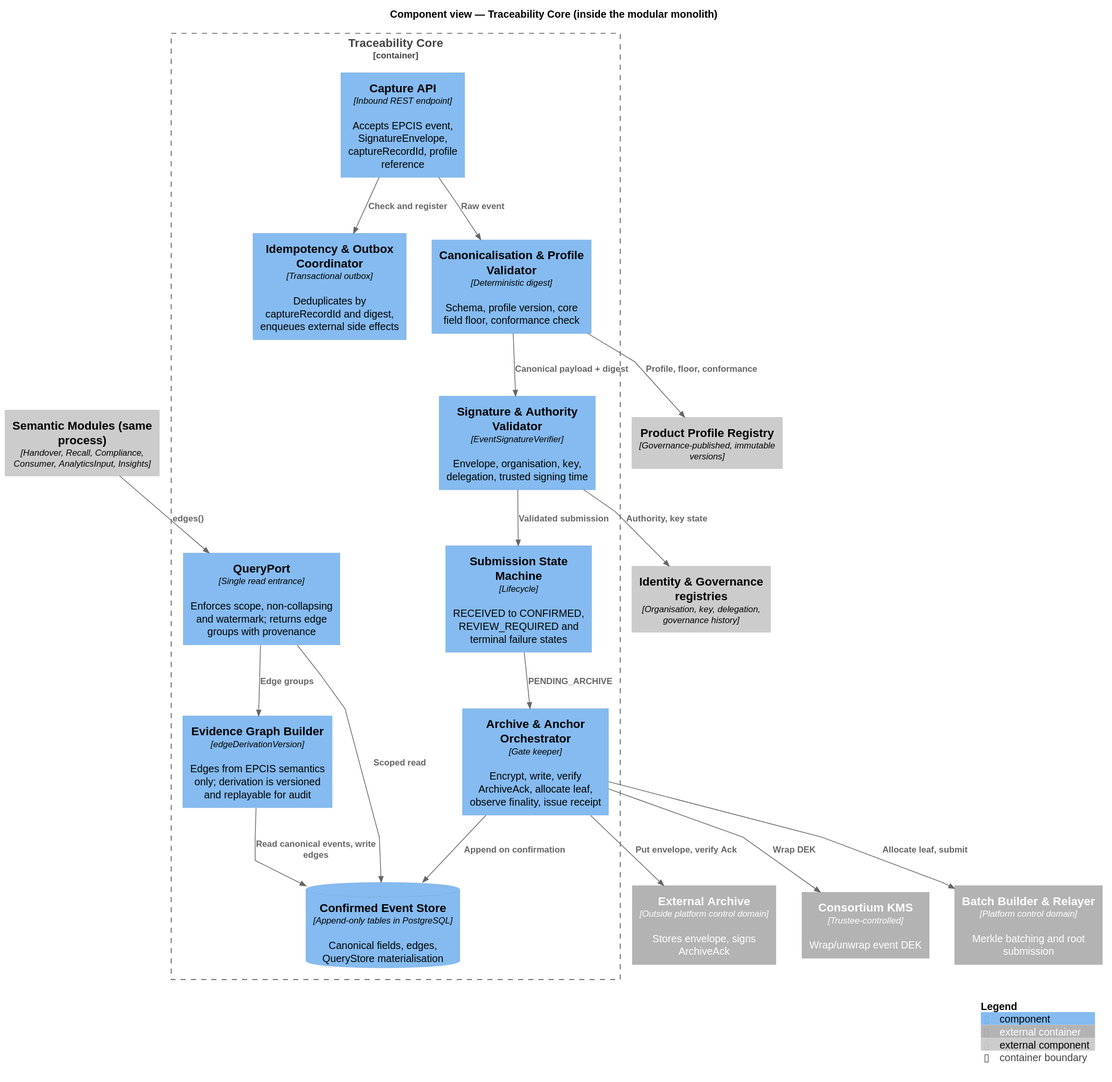
kuangshen04/48433assignment keeps this PlantUML diagram as docs/public/diagrams/core-component.svg. Above is the earlier version.
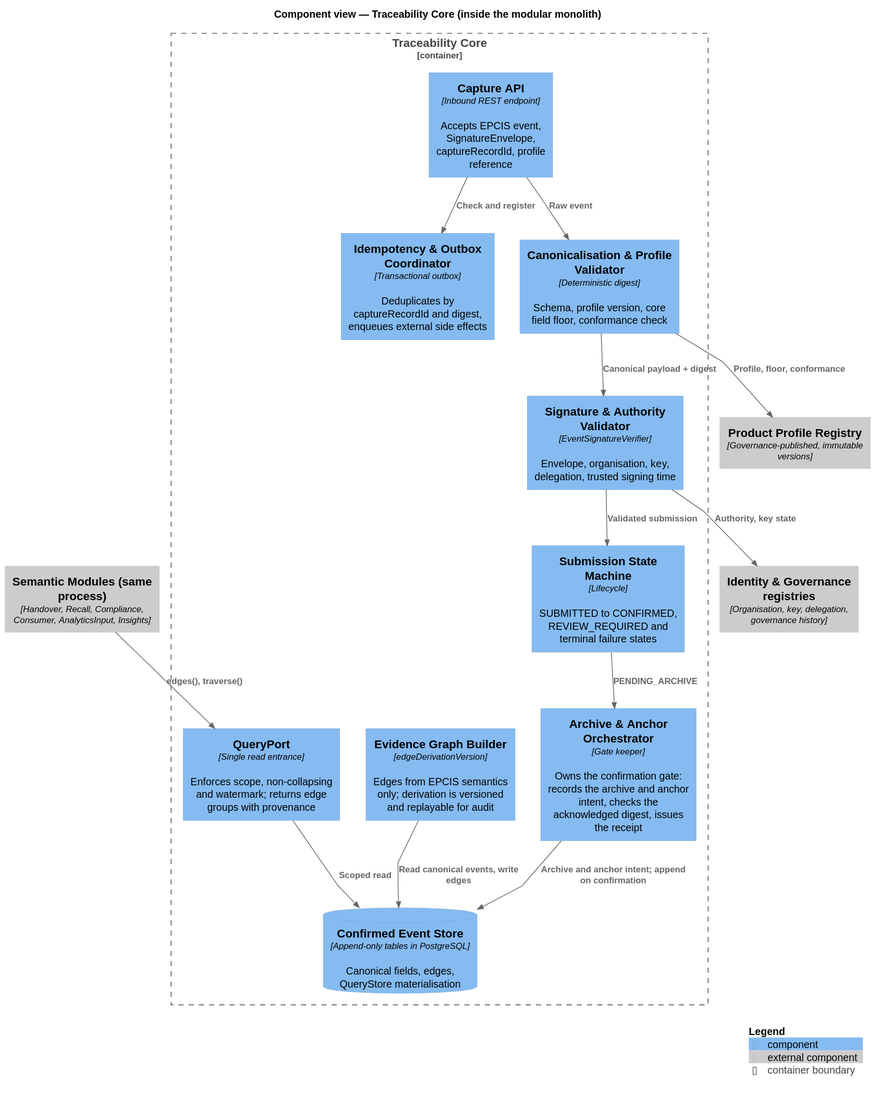
Above is the later version.

Change to the diagram source:
```diff
@@ -10,8 +10,8 @@
   Component(idem, "Idempotency & Outbox Coordinator", "Transactional outbox", "Deduplicates by captureRecordId and digest, enqueues external side effects")
   Component(canon, "Canonicalisation & Profile Validator", "Deterministic digest", "Schema, profile version, core field floor, conformance check")
   Component(sig, "Signature & Authority Validator", "EventSignatureVerifier", "Envelope, organisation, key, delegation, trusted signing time")
-  Component(sm, "Submission State Machine", "Lifecycle", "RECEIVED to CONFIRMED, REVIEW_REQUIRED and terminal failure states")
-  Component(orch, "Archive & Anchor Orchestrator", "Gate keeper", "Encrypt, write, verify ArchiveAck, allocate leaf, observe finality, issue receipt")
+  Component(sm, "Submission State Machine", "Lifecycle", "SUBMITTED to CONFIRMED, REVIEW_REQUIRED and terminal failure states")
+  Component(orch, "Archive & Anchor Orchestrator", "Gate keeper", "Owns the confirmation gate: records the archive and anchor intent, checks the acknowledged digest, issues the receipt")
   Component(graph, "Evidence Graph Builder", "edgeDerivationVersion", "Edges from EPCIS semantics only; derivation is versioned and replayable for audit")
   ComponentDb(store, "Confirmed Event Store", "Append-only tables in PostgreSQL", "Canonical fields, edges, QueryStore materialisation")
   Component(query, "QueryPort", "Single read entrance", "Enforces scope, non-collapsing and watermark; returns edge groups with provenance")
@@ -21,23 +21,15 @@
 Component_Ext(idgov, "Identity & Governance registries", "Organisation, key, delegation, governance history")
 Component_Ext(profiles, "Product Profile Registry", "Governance-published, immutable versions")
 
-Container_Ext(archive, "External Archive", "Outside platform control domain", "Stores envelope, signs ArchiveAck")
-Container_Ext(kms, "Consortium KMS", "Trustee-controlled", "Wrap/unwrap event DEK")
-Container_Ext(relayer, "Batch Builder & Relayer", "Platform control domain", "Merkle batching and root submission")
-
 Rel(capture, idem, "Check and register")
 Rel(capture, canon, "Raw event")
 Rel(canon, sig, "Canonical payload + digest")
 Rel(sig, sm, "Validated submission")
 Rel(sm, orch, "PENDING_ARCHIVE")
-Rel(orch, kms, "Wrap DEK")
-Rel(orch, archive, "Put envelope, verify Ack")
-Rel(orch, relayer, "Allocate leaf, submit")
-Rel(orch, store, "Append on confirmation")
+Rel(orch, store, "Archive and anchor intent; append on confirmation")
 Rel(graph, store, "Read canonical events, write edges")
 Rel_Down(query, store, "Scoped read")
-Rel(query, graph, "Edge groups")
-Rel(modules, query, "edges()")
+Rel(modules, query, "edges(), traverse()")
 Rel(sig, idgov, "Authority, key state")
 Rel(canon, profiles, "Profile, floor, conformance")
 
```
